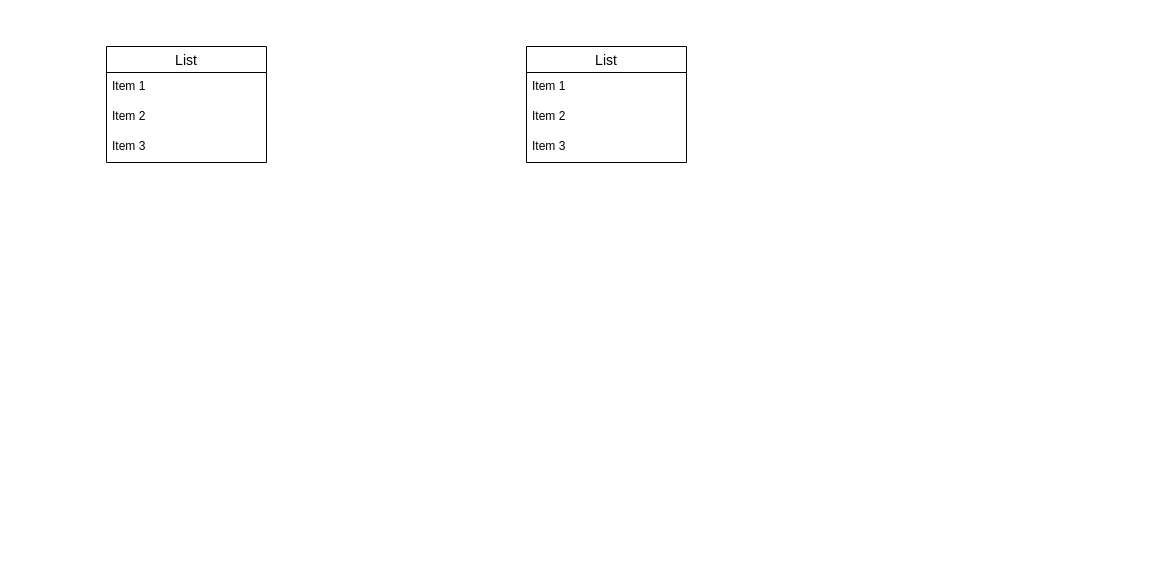
The draw.io diagram mongoDBdiagramm.drawio in Evg-const/curs-project, before the edit. Source tidied: cells renumbered, new cells numbered last; positions are measured from the earlier drawing's top-left corner, leaving out a move shared by most shapes. Both pictures are drawn from the tidied source at 100%, with x=0, y=0 at pixel (106, 46).
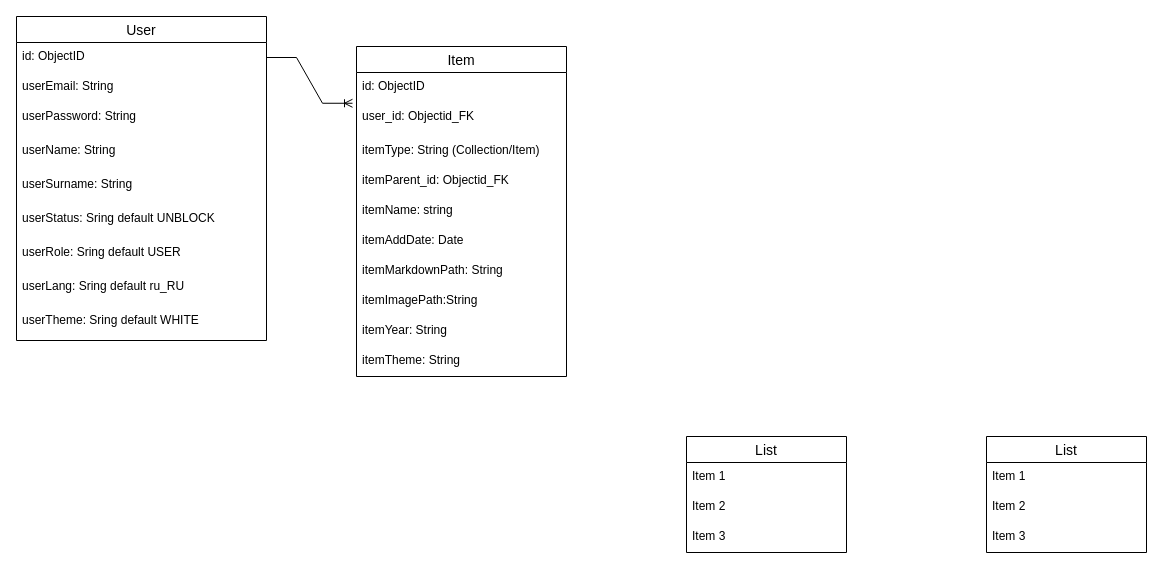
Above is the later version.

Diff of the diagram source:
```diff
@@
     <mxCell id="2" value="List" style="swimlane;fontStyle=0;horizontal=1;startSize=26;align=center;fontSize=14;" parent="1" vertex="1">
-      <mxGeometry width="160" height="116" as="geometry" />
+      <mxGeometry x="580" y="390" width="160" height="116" as="geometry" />
     </mxCell>
@@
     <mxCell id="6" value="List" style="swimlane;fontStyle=0;horizontal=1;startSize=26;align=center;fontSize=14;" parent="1" vertex="1">
-      <mxGeometry x="420" width="160" height="116" as="geometry" />
+      <mxGeometry x="880" y="390" width="160" height="116" as="geometry" />
     </mxCell>
@@
+    <mxCell id="10" value="User" style="swimlane;fontStyle=0;horizontal=1;startSize=26;align=center;fontSize=14;" parent="1" vertex="1">
+      <mxGeometry x="-90" y="-30" width="250" height="324" as="geometry" />
+    </mxCell>
+    <mxCell id="11" value="id: ObjectID" style="text;strokeColor=none;fillColor=none;spacingLeft=4;spacingRight=4;overflow=hidden;points=[[0,0.5],[1,0.5]];portConstraint=eastwest;fontSize=12;" parent="10" vertex="1">
+      <mxGeometry y="26" width="250" height="30" as="geometry" />
+    </mxCell>
+    <mxCell id="12" value="userEmail: String" style="text;strokeColor=none;fillColor=none;spacingLeft=4;spacingRight=4;overflow=hidden;fontSize=12;" parent="10" vertex="1">
+      <mxGeometry y="56" width="250" height="30" as="geometry" />
+    </mxCell>
+    <mxCell id="13" value="userPassword: String" style="text;strokeColor=none;fillColor=none;spacingLeft=4;spacingRight=4;overflow=hidden;fontSize=12;" parent="10" vertex="1">
+      <mxGeometry y="86" width="250" height="34" as="geometry" />
+    </mxCell>
+    <mxCell id="14" value="userName: String" style="text;strokeColor=none;fillColor=none;spacingLeft=4;spacingRight=4;overflow=hidden;fontSize=12;" parent="10" vertex="1">
+      <mxGeometry y="120" width="250" height="34" as="geometry" />
+    </mxCell>
+    <mxCell id="15" value="userSurname: String" style="text;strokeColor=none;fillColor=none;spacingLeft=4;spacingRight=4;overflow=hidden;fontSize=12;" parent="10" vertex="1">
+      <mxGeometry y="154" width="250" height="34" as="geometry" />
+    </mxCell>
+    <mxCell id="16" value="userStatus: Sring default UNBLOCK" style="text;strokeColor=none;fillColor=none;spacingLeft=4;spacingRight=4;overflow=hidden;fontSize=12;" parent="10" vertex="1">
+      <mxGeometry y="188" width="250" height="34" as="geometry" />
+    </mxCell>
+    <mxCell id="17" value="userRole: Sring default USER" style="text;strokeColor=none;fillColor=none;spacingLeft=4;spacingRight=4;overflow=hidden;fontSize=12;" parent="10" vertex="1">
+      <mxGeometry y="222" width="250" height="34" as="geometry" />
+    </mxCell>
+    <mxCell id="18" value="userLang: Sring default ru_RU" style="text;strokeColor=none;fillColor=none;spacingLeft=4;spacingRight=4;overflow=hidden;fontSize=12;" parent="10" vertex="1">
+      <mxGeometry y="256" width="250" height="34" as="geometry" />
+    </mxCell>
+    <mxCell id="19" value="userTheme: Sring default WHITE" style="text;strokeColor=none;fillColor=none;spacingLeft=4;spacingRight=4;overflow=hidden;fontSize=12;" parent="10" vertex="1">
+      <mxGeometry y="290" width="250" height="34" as="geometry" />
+    </mxCell>
+    <mxCell id="20" value="Item" style="swimlane;fontStyle=0;horizontal=1;startSize=26;align=center;fontSize=14;" parent="1" vertex="1">
+      <mxGeometry x="250" width="210" height="330" as="geometry" />
+    </mxCell>
+    <mxCell id="21" value="id: ObjectID" style="text;strokeColor=none;fillColor=none;spacingLeft=4;spacingRight=4;overflow=hidden;points=[[0,0.5],[1,0.5]];portConstraint=eastwest;fontSize=12;" parent="20" vertex="1">
+      <mxGeometry y="26" width="210" height="30" as="geometry" />
+    </mxCell>
+    <mxCell id="22" value="user_id: Objectid_FK" style="text;strokeColor=none;fillColor=none;spacingLeft=4;spacingRight=4;overflow=hidden;fontSize=12;" parent="20" vertex="1">
+      <mxGeometry y="56" width="210" height="34" as="geometry" />
+    </mxCell>
+    <mxCell id="23" value="itemType: String (Collection/Item)" style="text;strokeColor=none;fillColor=none;spacingLeft=4;spacingRight=4;overflow=hidden;fontSize=12;" parent="20" vertex="1">
+      <mxGeometry y="90" width="210" height="30" as="geometry" />
+    </mxCell>
+    <mxCell id="24" value="itemParent_id: Objectid_FK" style="text;strokeColor=none;fillColor=none;spacingLeft=4;spacingRight=4;overflow=hidden;fontSize=12;" parent="20" vertex="1">
+      <mxGeometry y="120" width="210" height="30" as="geometry" />
+    </mxCell>
+    <mxCell id="25" value="itemName: string" style="text;strokeColor=none;fillColor=none;spacingLeft=4;spacingRight=4;overflow=hidden;fontSize=12;" parent="20" vertex="1">
+      <mxGeometry y="150" width="210" height="30" as="geometry" />
+    </mxCell>
+    <mxCell id="26" value="itemAddDate: Date" style="text;strokeColor=none;fillColor=none;spacingLeft=4;spacingRight=4;overflow=hidden;fontSize=12;" parent="20" vertex="1">
+      <mxGeometry y="180" width="210" height="30" as="geometry" />
+    </mxCell>
+    <mxCell id="27" value="itemMarkdownPath: String" style="text;strokeColor=none;fillColor=none;spacingLeft=4;spacingRight=4;overflow=hidden;fontSize=12;" parent="20" vertex="1">
+      <mxGeometry y="210" width="210" height="30" as="geometry" />
+    </mxCell>
+    <mxCell id="28" value="itemImagePath:String" style="text;strokeColor=none;fillColor=none;spacingLeft=4;spacingRight=4;overflow=hidden;fontSize=12;" parent="20" vertex="1">
+      <mxGeometry y="240" width="210" height="30" as="geometry" />
+    </mxCell>
+    <mxCell id="29" value="itemYear: String" style="text;strokeColor=none;fillColor=none;spacingLeft=4;spacingRight=4;overflow=hidden;fontSize=12;" parent="20" vertex="1">
+      <mxGeometry y="270" width="210" height="30" as="geometry" />
+    </mxCell>
+    <mxCell id="30" value="itemTheme: String" style="text;strokeColor=none;fillColor=none;spacingLeft=4;spacingRight=4;overflow=hidden;fontSize=12;" parent="20" vertex="1">
+      <mxGeometry y="300" width="210" height="30" as="geometry" />
+    </mxCell>
+    <mxCell id="31" style="edgeStyle=entityRelationEdgeStyle;fontSize=12;html=1;endArrow=ERoneToMany;rounded=0;entryX=-0.019;entryY=1.025;entryDx=0;entryDy=0;entryPerimeter=0;" parent="1" edge="1" source="11" target="21">
+      <mxGeometry relative="1" as="geometry" />
+    </mxCell>
```
